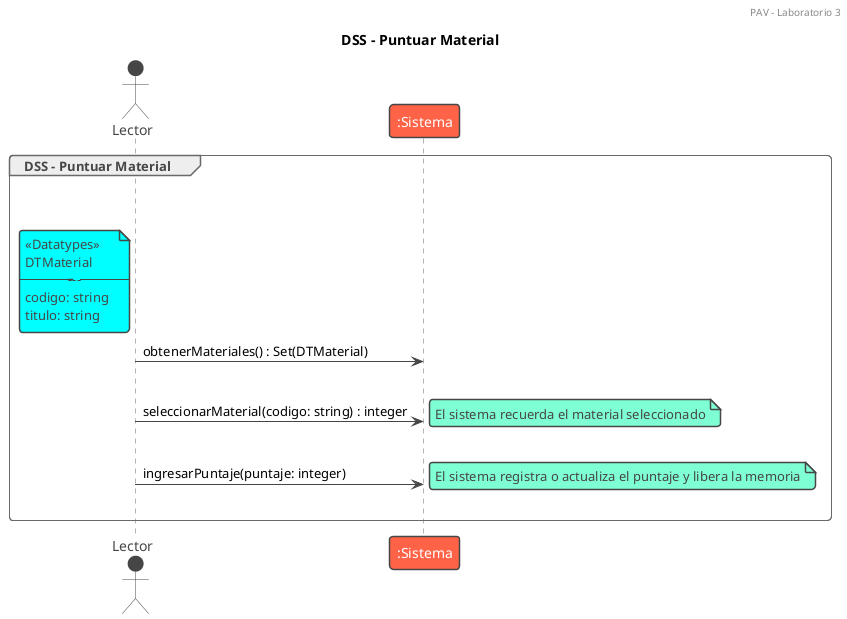
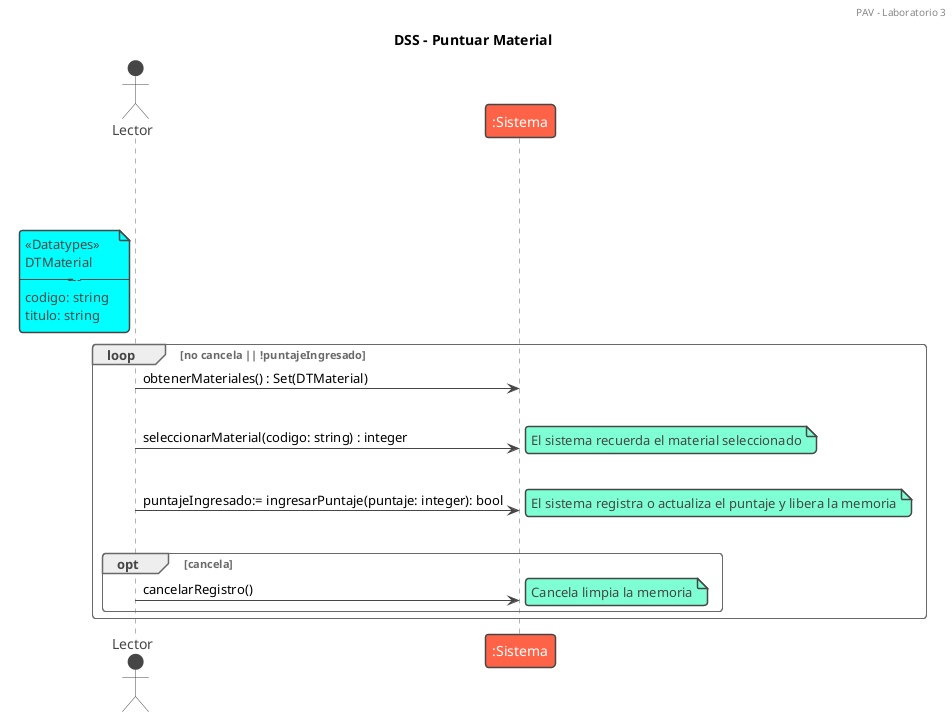
@startuml puntuarMaterial
/'El caso de uso comienza cuando un lector, que previamente ha iniciado sesión,
desea puntuar un material. El sistema muestra la lista de materiales registrados
indicando su código y título, y el lector selecciona uno. Si el lector ya había
puntuado previamente ese material, el sistema muestra el puntaje anterior.
Luego, el sistema solicita el nuevo valor del puntaje, el lector lo ingresa y el
sistema registra el puntaje o actualiza el ya existente, según corresponda '/

!theme vibrant
header PAV - Laboratorio 3

title DSS - Puntuar Material

group DSS - Puntuar Material
|||
actor Lector
|||

note left of Lector #aqua
<<Datatypes>>
DTMaterial
-----------
codigo: string
titulo: string
end note
- 
+ loop no cancela || !puntajeIngresado
Lector -> ":Sistema" : obtenerMateriales() : Set(DTMaterial)
|||

Lector -> ":Sistema" : seleccionarMaterial(codigo: string) : integer
note right: El sistema recuerda el material seleccionado
|||

- Lector -> ":Sistema" : ingresarPuntaje(puntaje: integer)
+ Lector -> ":Sistema" : puntajeIngresado:= ingresarPuntaje(puntaje: integer): bool
note right: El sistema registra o actualiza el puntaje y libera la memoria
|||
+ opt cancela
+         Lector -> ":Sistema" : cancelarRegistro()
+         note right: Cancela limpia la memoria
+     end

end
@enduml